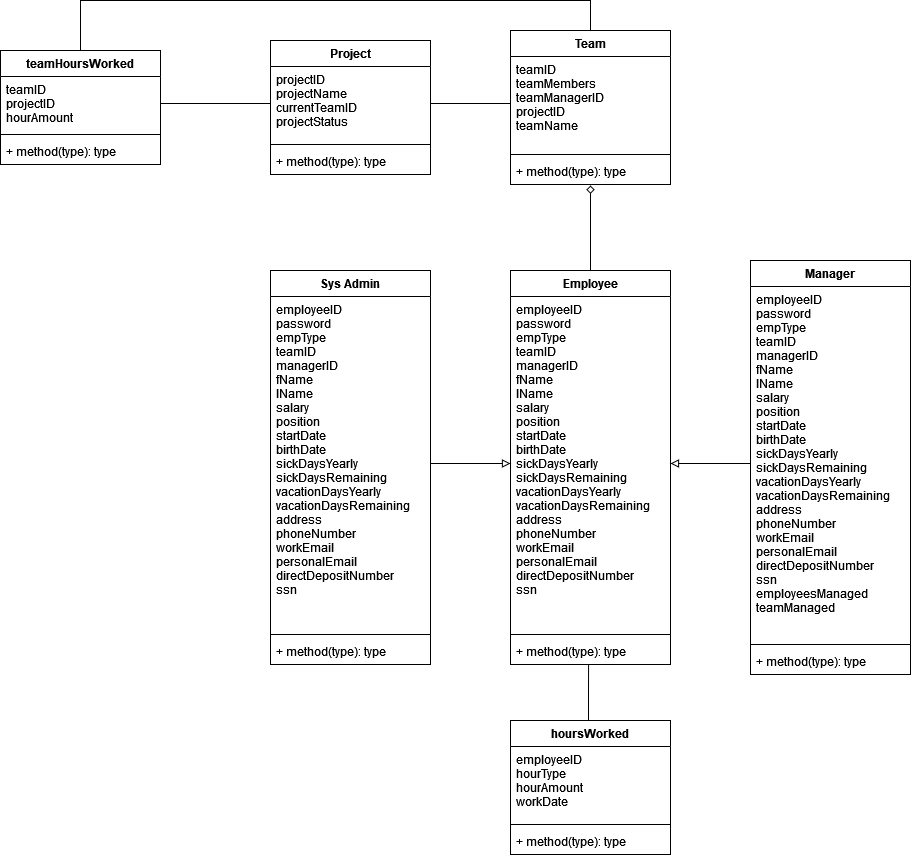
The draw.io diagram System Models/EMS_class_diagram.drawio.png in blueappleee/EmployeeManagementSystem, before a commit. Source tidied: cells renumbered, new cells last; positions are measured from the earlier drawing's top-left corner, leaving out a move shared by most shapes.
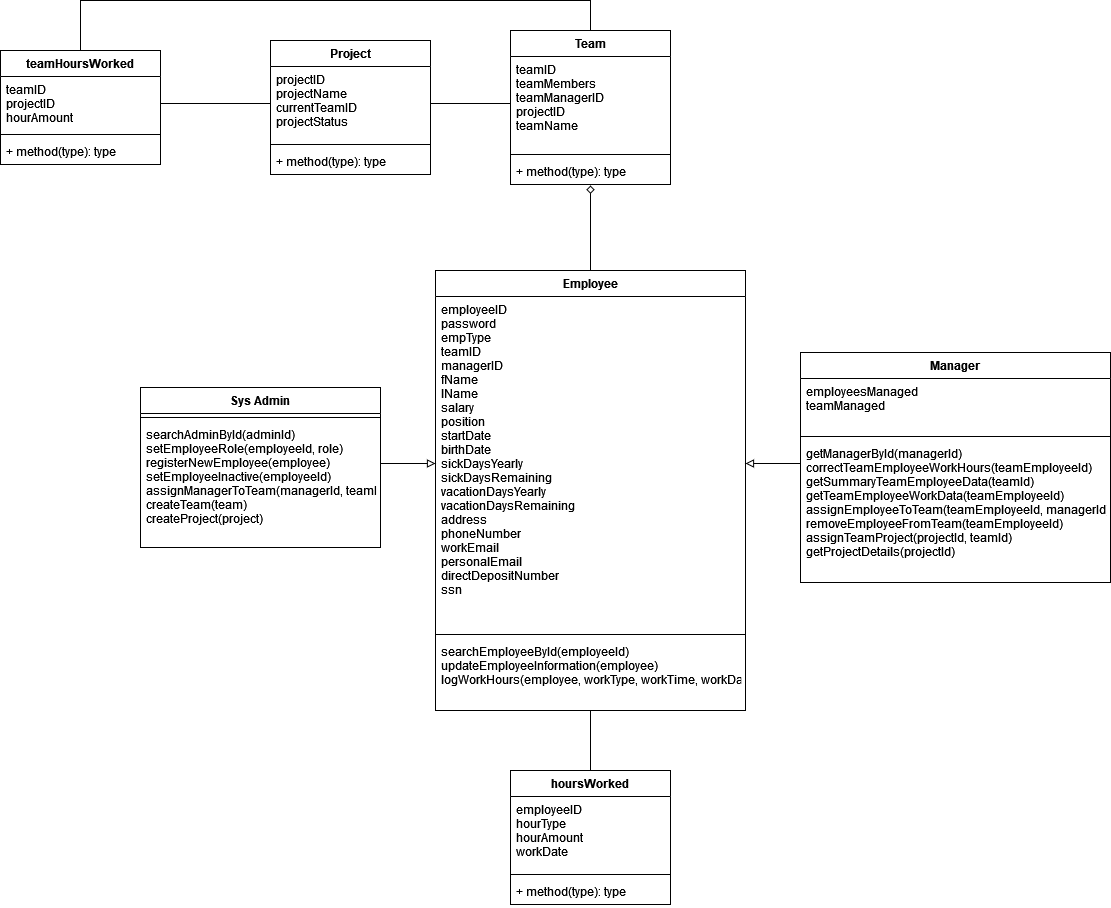
After the change.

Commit message:
UPDATE class diagram and er diagram

What changed in the source:
```diff
@@ -6,28 +6,28 @@
       <mxGeometry relative="1" as="geometry" />
     </mxCell>
     <mxCell id="3" value="Employee" style="swimlane;fontStyle=1;align=center;verticalAlign=top;horizontal=1;startSize=26;" parent="1" vertex="1">
-      <mxGeometry x="510" y="270" width="160" height="394" as="geometry" />
+      <mxGeometry x="435" y="270" width="310" height="440" as="geometry" />
     </mxCell>
     <mxCell id="4" value="employeeID&#10;password&#10;empType&#10;teamID&#10;managerID&#10;fName&#10;lName&#10;salary&#10;position&#10;startDate&#10;birthDate&#10;sickDaysYearly&#10;sickDaysRemaining&#10;vacationDaysYearly&#10;vacationDaysRemaining&#10;address&#10;phoneNumber&#10;workEmail&#10;personalEmail&#10;directDepositNumber&#10;ssn" style="text;strokeColor=none;fillColor=none;align=left;verticalAlign=top;spacingLeft=4;spacingRight=4;overflow=hidden;points=[[0,0.5],[1,0.5]];portConstraint=eastwest;" parent="3" vertex="1">
-      <mxGeometry y="26" width="160" height="334" as="geometry" />
+      <mxGeometry y="26" width="310" height="334" as="geometry" />
     </mxCell>
     <mxCell id="5" style="line;strokeWidth=1;fillColor=none;align=left;verticalAlign=middle;spacingTop=-1;spacingLeft=3;spacingRight=3;labelPosition=right;strokeColor=inherit;" parent="3" vertex="1">
-      <mxGeometry y="360" width="160" height="8" as="geometry" />
+      <mxGeometry y="360" width="310" height="8" as="geometry" />
     </mxCell>
-    <mxCell id="6" value="+ method(type): type" style="text;strokeColor=none;fillColor=none;align=left;verticalAlign=top;spacingLeft=4;spacingRight=4;overflow=hidden;points=[[0,0.5],[1,0.5]];portConstraint=eastwest;" parent="3" vertex="1">
-      <mxGeometry y="368" width="160" height="26" as="geometry" />
+    <mxCell id="6" value="searchEmployeeById(employeeId)&#10;updateEmployeeInformation(employee)&#10;logWorkHours(employee, workType, workTime, workDate)&#10;" style="text;strokeColor=none;fillColor=none;align=left;verticalAlign=top;spacingLeft=4;spacingRight=4;overflow=hidden;points=[[0,0.5],[1,0.5]];portConstraint=eastwest;" parent="3" vertex="1">
+      <mxGeometry y="368" width="310" height="72" as="geometry" />
     </mxCell>
     <mxCell id="7" value="Manager" style="swimlane;fontStyle=1;align=center;verticalAlign=top;horizontal=1;startSize=26;" parent="1" vertex="1">
-      <mxGeometry x="750" y="260" width="160" height="414" as="geometry" />
+      <mxGeometry x="800" y="352" width="310" height="230" as="geometry" />
     </mxCell>
-    <mxCell id="8" value="employeeID&#10;password&#10;empType&#10;teamID&#10;managerID&#10;fName&#10;lName&#10;salary&#10;position&#10;startDate&#10;birthDate&#10;sickDaysYearly&#10;sickDaysRemaining&#10;vacationDaysYearly&#10;vacationDaysRemaining&#10;address&#10;phoneNumber&#10;workEmail&#10;personalEmail&#10;directDepositNumber&#10;ssn&#10;employeesManaged&#10;teamManaged&#10;" style="text;strokeColor=none;fillColor=none;align=left;verticalAlign=top;spacingLeft=4;spacingRight=4;overflow=hidden;points=[[0,0.5],[1,0.5]];portConstraint=eastwest;" parent="7" vertex="1">
-      <mxGeometry y="26" width="160" height="354" as="geometry" />
+    <mxCell id="8" value="employeesManaged&#10;teamManaged&#10;" style="text;strokeColor=none;fillColor=none;align=left;verticalAlign=top;spacingLeft=4;spacingRight=4;overflow=hidden;points=[[0,0.5],[1,0.5]];portConstraint=eastwest;" parent="7" vertex="1">
+      <mxGeometry y="26" width="310" height="54" as="geometry" />
     </mxCell>
     <mxCell id="9" style="line;strokeWidth=1;fillColor=none;align=left;verticalAlign=middle;spacingTop=-1;spacingLeft=3;spacingRight=3;labelPosition=right;strokeColor=inherit;" parent="7" vertex="1">
-      <mxGeometry y="380" width="160" height="8" as="geometry" />
+      <mxGeometry y="80" width="310" height="8" as="geometry" />
     </mxCell>
-    <mxCell id="10" value="+ method(type): type" style="text;strokeColor=none;fillColor=none;align=left;verticalAlign=top;spacingLeft=4;spacingRight=4;overflow=hidden;points=[[0,0.5],[1,0.5]];portConstraint=eastwest;" parent="7" vertex="1">
-      <mxGeometry y="388" width="160" height="26" as="geometry" />
+    <mxCell id="10" value="getManagerById(managerId)&#10;correctTeamEmployeeWorkHours(teamEmployeeId)&#10;getSummaryTeamEmployeeData(teamId)&#10;getTeamEmployeeWorkData(teamEmployeeId)&#10;assignEmployeeToTeam(teamEmployeeId, managerId)&#10;removeEmployeeFromTeam(teamEmployeeId)&#10;assignTeamProject(projectId, teamId)&#10;getProjectDetails(projectId)&#10;" style="text;strokeColor=none;fillColor=none;align=left;verticalAlign=top;spacingLeft=4;spacingRight=4;overflow=hidden;points=[[0,0.5],[1,0.5]];portConstraint=eastwest;" parent="7" vertex="1">
+      <mxGeometry y="88" width="310" height="142" as="geometry" />
     </mxCell>
     <mxCell id="11" style="edgeStyle=orthogonalEdgeStyle;rounded=0;jettySize=auto;html=1;entryX=0.5;entryY=0;entryDx=0;entryDy=0;endArrow=none;endFill=0;" parent="1" edge="1" source="12" target="27">
       <mxGeometry relative="1" as="geometry">
@@ -64,23 +64,21 @@
     <mxCell id="20" style="edgeStyle=orthogonalEdgeStyle;rounded=0;jettySize=auto;html=1;entryX=0;entryY=0.5;entryDx=0;entryDy=0;endArrow=none;endFill=0;" parent="1" edge="1" source="17" target="13">
       <mxGeometry relative="1" as="geometry" />
     </mxCell>
-    <mxCell id="21" style="edgeStyle=orthogonalEdgeStyle;rounded=0;jettySize=auto;html=1;endArrow=none;endFill=0;startArrow=block;startFill=0;" parent="1" edge="1" source="4" target="8">
-      <mxGeometry relative="1" as="geometry" />
-    </mxCell>
     <mxCell id="22" value="Sys Admin" style="swimlane;fontStyle=1;align=center;verticalAlign=top;horizontal=1;startSize=26;" parent="1" vertex="1">
-      <mxGeometry x="270" y="270" width="160" height="394" as="geometry" />
+      <mxGeometry x="140" y="387" width="240" height="160" as="geometry" />
     </mxCell>
-    <mxCell id="23" value="employeeID&#10;password&#10;empType&#10;teamID&#10;managerID&#10;fName&#10;lName&#10;salary&#10;position&#10;startDate&#10;birthDate&#10;sickDaysYearly&#10;sickDaysRemaining&#10;vacationDaysYearly&#10;vacationDaysRemaining&#10;address&#10;phoneNumber&#10;workEmail&#10;personalEmail&#10;directDepositNumber&#10;ssn" style="text;strokeColor=none;fillColor=none;align=left;verticalAlign=top;spacingLeft=4;spacingRight=4;overflow=hidden;points=[[0,0.5],[1,0.5]];portConstraint=eastwest;" parent="22" vertex="1">
-      <mxGeometry y="26" width="160" height="334" as="geometry" />
-    </mxCell>
     <mxCell id="24" style="line;strokeWidth=1;fillColor=none;align=left;verticalAlign=middle;spacingTop=-1;spacingLeft=3;spacingRight=3;labelPosition=right;strokeColor=inherit;" parent="22" vertex="1">
-      <mxGeometry y="360" width="160" height="8" as="geometry" />
+      <mxGeometry y="26" width="240" height="8" as="geometry" />
     </mxCell>
-    <mxCell id="25" value="+ method(type): type" style="text;strokeColor=none;fillColor=none;align=left;verticalAlign=top;spacingLeft=4;spacingRight=4;overflow=hidden;points=[[0,0.5],[1,0.5]];portConstraint=eastwest;" parent="22" vertex="1">
-      <mxGeometry y="368" width="160" height="26" as="geometry" />
+    <mxCell id="25" value="searchAdminById(adminId)&#10;setEmployeeRole(employeeId, role)&#10;registerNewEmployee(employee)&#10;setEmployeeInactive(employeeId)&#10;assignManagerToTeam(managerId, teamId)&#10;createTeam(team)&#10;createProject(project)&#10;&#10;" style="text;strokeColor=none;fillColor=none;align=left;verticalAlign=top;spacingLeft=4;spacingRight=4;overflow=hidden;points=[[0,0.5],[1,0.5]];portConstraint=eastwest;" parent="22" vertex="1">
+      <mxGeometry y="34" width="240" height="126" as="geometry" />
     </mxCell>
-    <mxCell id="26" style="edgeStyle=orthogonalEdgeStyle;rounded=0;jettySize=auto;html=1;entryX=0;entryY=0.5;entryDx=0;entryDy=0;endArrow=block;endFill=0;" parent="1" edge="1" source="23" target="4">
-      <mxGeometry relative="1" as="geometry" />
+    <mxCell id="26" style="edgeStyle=orthogonalEdgeStyle;rounded=0;jettySize=auto;html=1;entryX=0;entryY=0.5;entryDx=0;entryDy=0;endArrow=block;endFill=0;exitX=1;exitY=0.317;exitDx=0;exitDy=0;exitPerimeter=0;" parent="1" edge="1" source="25" target="4">
+      <mxGeometry relative="1" as="geometry">
+        <Array as="points">
+          <mxPoint x="380" y="463" />
+        </Array>
+      </mxGeometry>
     </mxCell>
     <mxCell id="27" value="teamHoursWorked" style="swimlane;fontStyle=1;align=center;verticalAlign=top;horizontal=1;startSize=26;" parent="1" vertex="1">
       <mxGeometry y="50" width="160" height="114" as="geometry" />
@@ -97,16 +95,11 @@
     <mxCell id="31" style="edgeStyle=orthogonalEdgeStyle;rounded=0;jettySize=auto;html=1;entryX=0;entryY=0.5;entryDx=0;entryDy=0;endArrow=none;endFill=0;" parent="1" edge="1" source="28" target="17">
       <mxGeometry relative="1" as="geometry" />
     </mxCell>
-    <mxCell id="32" style="edgeStyle=orthogonalEdgeStyle;rounded=0;jettySize=auto;html=1;entryX=0.488;entryY=1;entryDx=0;entryDy=0;entryPerimeter=0;endArrow=none;endFill=0;" parent="1" edge="1" source="33" target="6">
-      <mxGeometry relative="1" as="geometry">
-        <Array as="points">
-          <mxPoint x="588" y="690" />
-          <mxPoint x="588" y="690" />
-        </Array>
-      </mxGeometry>
-    </mxCell>
+    <mxCell id="37" style="edgeStyle=orthogonalEdgeStyle;rounded=0;jettySize=auto;html=1;entryX=0.5;entryY=1;entryDx=0;entryDy=0;endArrow=none;endFill=0;" parent="1" edge="1" source="33" target="3">
+      <mxGeometry relative="1" as="geometry" />
+    </mxCell>
     <mxCell id="33" value="hoursWorked" style="swimlane;fontStyle=1;align=center;verticalAlign=top;horizontal=1;startSize=26;" parent="1" vertex="1">
-      <mxGeometry x="510" y="720" width="160" height="134" as="geometry" />
+      <mxGeometry x="510" y="770" width="160" height="134" as="geometry" />
     </mxCell>
     <mxCell id="34" value="employeeID&#10;hourType&#10;hourAmount&#10;workDate&#10;" style="text;strokeColor=none;fillColor=none;align=left;verticalAlign=top;spacingLeft=4;spacingRight=4;overflow=hidden;" parent="33" vertex="1">
       <mxGeometry y="26" width="160" height="74" as="geometry" />
@@ -117,5 +110,13 @@
     <mxCell id="36" value="+ method(type): type" style="text;strokeColor=none;fillColor=none;align=left;verticalAlign=top;spacingLeft=4;spacingRight=4;overflow=hidden;" parent="33" vertex="1">
       <mxGeometry y="108" width="160" height="26" as="geometry" />
     </mxCell>
+    <mxCell id="38" style="edgeStyle=orthogonalEdgeStyle;rounded=0;jettySize=auto;html=1;entryX=1;entryY=0.5;entryDx=0;entryDy=0;endArrow=block;endFill=0;startArrow=none;startFill=0;" parent="1" edge="1" source="10" target="4">
+      <mxGeometry relative="1" as="geometry">
+        <Array as="points">
+          <mxPoint x="830" y="463" />
+          <mxPoint x="830" y="463" />
+        </Array>
+      </mxGeometry>
+    </mxCell>
   </root>
 </mxGraphModel>
```
